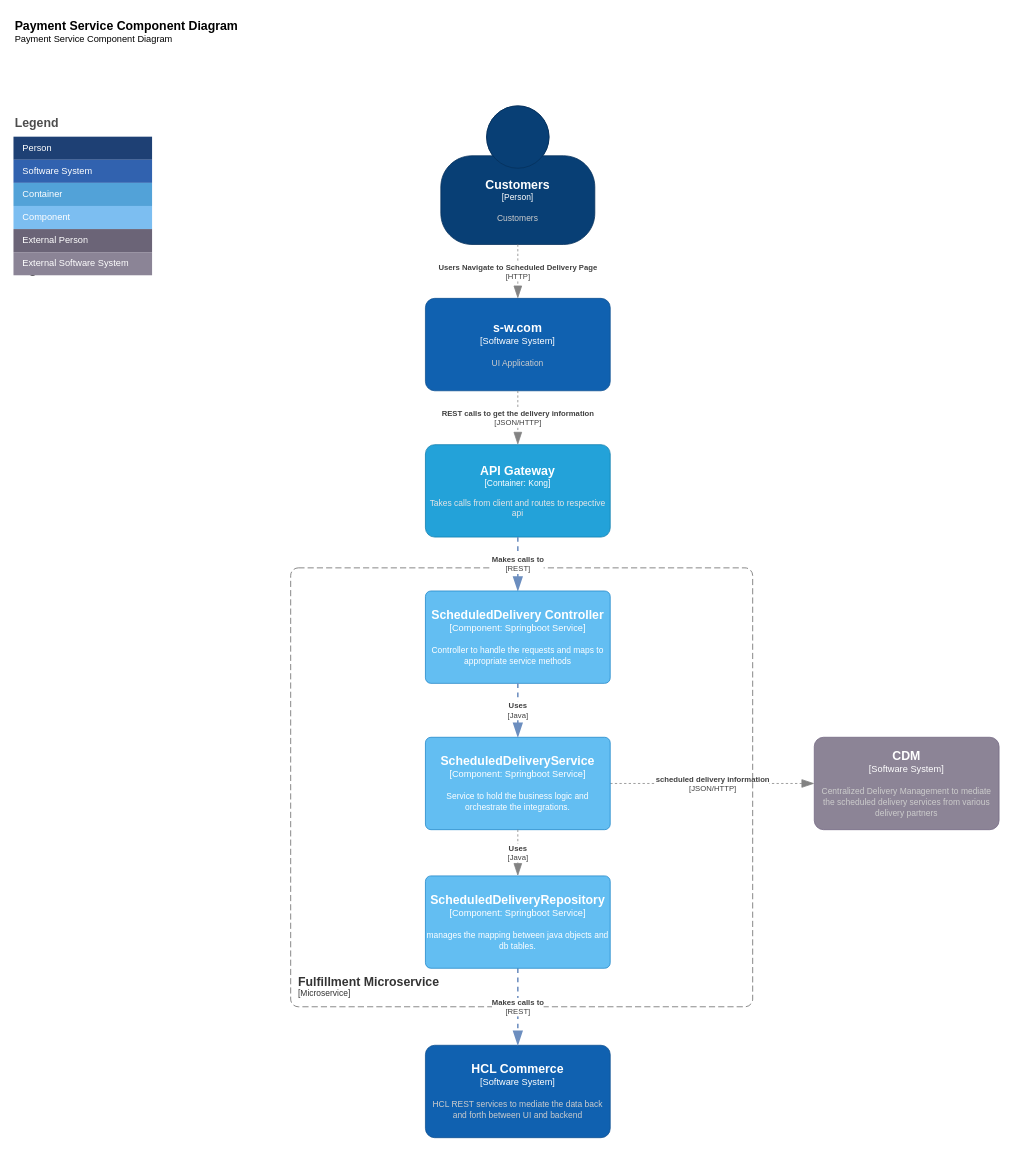
mem848/Draw.IO keeps this draw.io diagram as Payment Microservice Controller.drawio. Above is the earlier version. Source tidied: cells renumbered, new cells numbered last; positions are measured from the earlier drawing's top-left corner, leaving out a move shared by most shapes. Both pictures are drawn from the tidied source at 77%, with x=0, y=0 at pixel (13, 13).
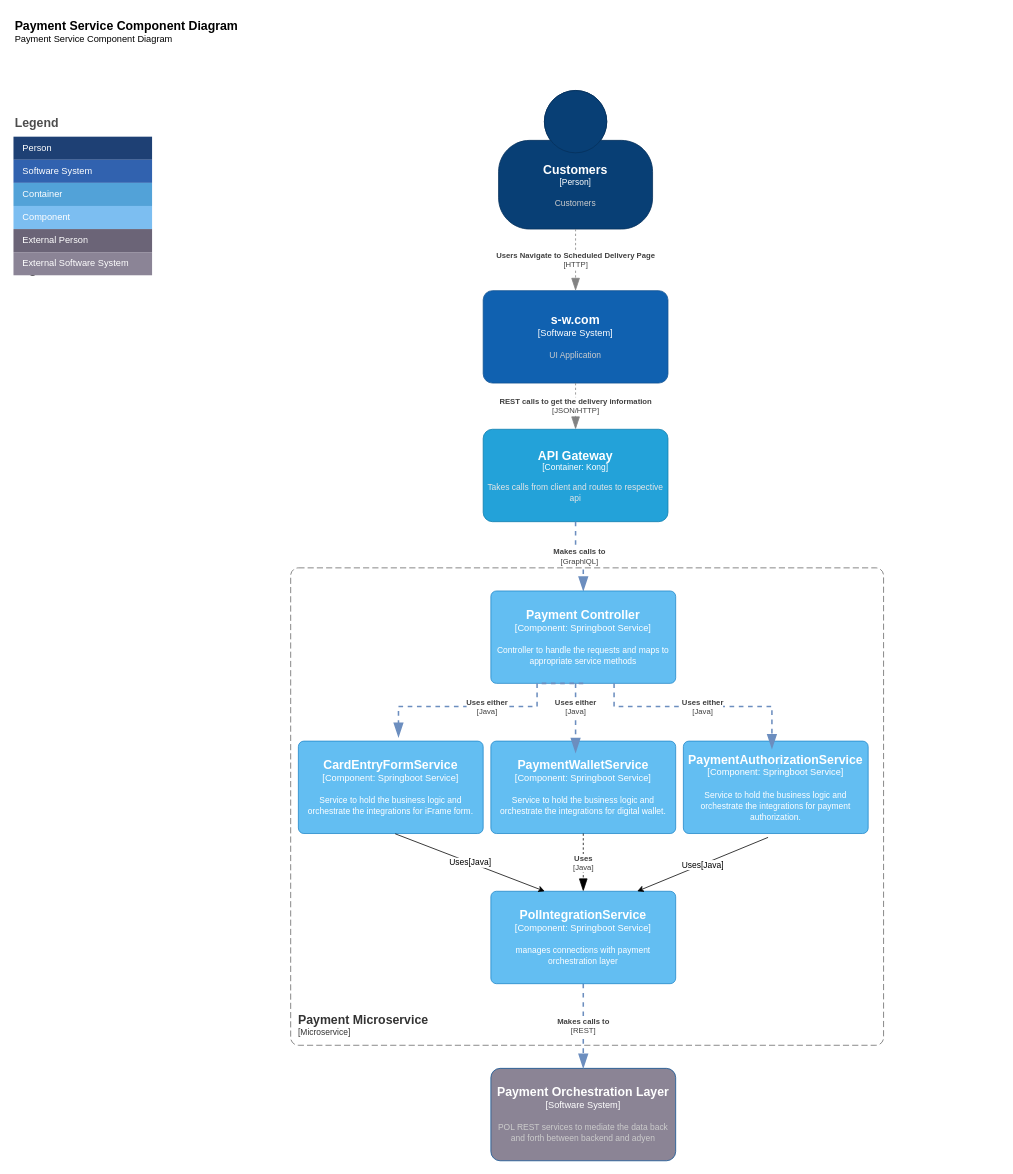
Above is the later version.

Diff of the diagram source:
```diff
@@
     <object id="2" label="&lt;font style=&quot;font-size: 16px&quot;&gt;&lt;b&gt;%c4Name%&lt;/b&gt;&lt;/font&gt;&lt;div&gt;[%c4Type%]&lt;/div&gt;&lt;br&gt;&lt;div&gt;&lt;font style=&quot;font-size: 11px&quot;&gt;&lt;font color=&quot;#cccccc&quot;&gt;%c4Description%&lt;/font&gt;&lt;/div&gt;" c4Description="Customers" c4Name="Customers" c4Type="Person" placeholders="1">
       <mxCell style="html=1;fontSize=11;dashed=0;whiteSpace=wrap;fillColor=#083F75;strokeColor=#06315C;fontColor=#ffffff;shape=mxgraph.c4.person2;align=center;points=[[0.5,0,0],[1,0.5,0],[1,0.75,0],[0.75,1,0],[0.5,1,0],[0.25,1,0],[0,0.75,0],[0,0.5,0]];" parent="1" vertex="1">
-        <mxGeometry x="555" y="120" width="200" height="180" as="geometry" />
+        <mxGeometry x="630" y="100" width="200" height="180" as="geometry" />
       </mxCell>
     </object>
     <object id="3" label="&lt;font style=&quot;font-size: 16px&quot;&gt;&lt;b&gt;%c4Name%&lt;/b&gt;&lt;/font&gt;&lt;div&gt;[%c4Type%]&lt;/div&gt;&lt;br&gt;&lt;div&gt;&lt;font style=&quot;font-size: 11px&quot;&gt;&lt;font color=&quot;#cccccc&quot;&gt;%c4Description%&lt;/font&gt;&lt;/div&gt;" c4Description="UI Application" c4Name="s-w.com" c4Type="Software System" placeholders="1">
       <mxCell style="rounded=1;whiteSpace=wrap;html=1;labelBackgroundColor=none;fillColor=#1061B0;fontColor=#ffffff;align=center;arcSize=10;strokeColor=#0D5091;points=[[0.25,0,0],[0.5,0,0],[0.75,0,0],[1,0.25,0],[1,0.5,0],[1,0.75,0],[0.75,1,0],[0.5,1,0],[0.25,1,0],[0,0.75,0],[0,0.5,0],[0,0.25,0]];" parent="1" vertex="1">
-        <mxGeometry x="535" y="370" width="240" height="120" as="geometry" />
+        <mxGeometry x="610" y="360" width="240" height="120" as="geometry" />
       </mxCell>
     </object>
@@
-    <object id="16" label="&lt;div style=&quot;text-align: left&quot;&gt;&lt;div style=&quot;text-align: center&quot;&gt;&lt;b&gt;%c4Description%&lt;/b&gt;&lt;/div&gt;&lt;div style=&quot;text-align: center&quot;&gt;[%c4Technology%]&lt;/div&gt;&lt;/div&gt;" c4Description="scheduled delivery information" c4Technology="JSON/HTTP" placeholders="1">
-      <mxCell style="endArrow=blockThin;html=1;fontSize=10;fontColor=#404040;strokeWidth=1;endFill=1;strokeColor=#828282;elbow=vertical;endSize=14;startSize=14;jumpStyle=arc;jumpSize=16;rounded=0;edgeStyle=orthogonalEdgeStyle;dashed=1;exitX=1;exitY=0.5;exitDx=0;exitDy=0;exitPerimeter=0;" parent="1" edge="1" source="24" target="17">
-        <mxGeometry relative="1" as="geometry" />
-      </mxCell>
-    </object>
-    <object id="17" label="&lt;font style=&quot;font-size: 16px&quot;&gt;&lt;b&gt;%c4Name%&lt;/b&gt;&lt;/font&gt;&lt;div&gt;[%c4Type%]&lt;/div&gt;&lt;br&gt;&lt;div&gt;&lt;font style=&quot;font-size: 11px&quot;&gt;&lt;font color=&quot;#cccccc&quot;&gt;%c4Description%&lt;/font&gt;&lt;/div&gt;" c4Description="Centralized Delivery Management to mediate the scheduled delivery services from various delivery partners" c4Name="CDM" c4Type="Software System" placeholders="1">
-      <mxCell style="rounded=1;whiteSpace=wrap;html=1;labelBackgroundColor=none;fillColor=#8C8496;fontColor=#ffffff;align=center;arcSize=10;strokeColor=#736782;points=[[0.25,0,0],[0.5,0,0],[0.75,0,0],[1,0.25,0],[1,0.5,0],[1,0.75,0],[0.75,1,0],[0.5,1,0],[0.25,1,0],[0,0.75,0],[0,0.5,0],[0,0.25,0]];" parent="1" vertex="1">
-        <mxGeometry x="1040" y="940" width="240" height="120" as="geometry" />
-      </mxCell>
-    </object>
-    <object id="18" label="&lt;font style=&quot;font-size: 16px&quot;&gt;&lt;b&gt;&lt;div style=&quot;text-align: left&quot;&gt;%c4Name%&lt;/div&gt;&lt;/b&gt;&lt;/font&gt;&lt;div style=&quot;text-align: left&quot;&gt;[%c4Application%]&lt;/div&gt;" c4Application="Microservice" c4Name="Fulfillment Microservice" placeholders="1">
+    <object id="18" label="&lt;font style=&quot;font-size: 16px&quot;&gt;&lt;b&gt;&lt;div style=&quot;text-align: left&quot;&gt;%c4Name%&lt;/div&gt;&lt;/b&gt;&lt;/font&gt;&lt;div style=&quot;text-align: left&quot;&gt;[%c4Application%]&lt;/div&gt;" c4Application="Microservice" c4Name="Payment Microservice" placeholders="1">
       <mxCell style="rounded=1;fontSize=11;whiteSpace=wrap;html=1;dashed=1;arcSize=20;fillColor=none;strokeColor=#666666;fontColor=#333333;labelBackgroundColor=none;align=left;verticalAlign=bottom;labelBorderColor=none;spacingTop=0;spacing=10;dashPattern=8 4;perimeter=rectanglePerimeter;noLabel=0;labelPadding=0;absoluteArcSize=1;" parent="1" vertex="1">
-        <mxGeometry x="360" y="720" width="600" height="570" as="geometry" />
+        <mxGeometry x="360" y="720" width="770" height="620" as="geometry" />
       </mxCell>
     </object>
     <object id="19" label="&lt;font style=&quot;font-size: 16px&quot;&gt;&lt;b&gt;%c4Name%&lt;/b&gt;&lt;/font&gt;&lt;div&gt;[%c4Type%: %c4Technology%]&lt;/div&gt;&lt;br&gt;&lt;div&gt;&lt;font style=&quot;font-size: 11px&quot;&gt;&lt;font color=&quot;#E6E6E6&quot;&gt;%c4Description%&lt;/font&gt;&lt;/div&gt;" c4Description="Takes calls from client and routes to respective api" c4Name="API Gateway" c4Technology="Kong" c4Type="Container" placeholders="1">
       <mxCell style="rounded=1;whiteSpace=wrap;html=1;fontSize=11;labelBackgroundColor=none;fillColor=#23A2D9;fontColor=#ffffff;align=center;arcSize=10;strokeColor=#0E7DAD;points=[[0.25,0,0],[0.5,0,0],[0.75,0,0],[1,0.25,0],[1,0.5,0],[1,0.75,0],[0.75,1,0],[0.5,1,0],[0.25,1,0],[0,0.75,0],[0,0.5,0],[0,0.25,0]];" parent="1" vertex="1">
-        <mxGeometry x="535" y="560" width="240" height="120" as="geometry" />
+        <mxGeometry x="610" y="540" width="240" height="120" as="geometry" />
       </mxCell>
     </object>
-    <object id="20" label="&lt;div style=&quot;text-align: left&quot;&gt;&lt;div style=&quot;text-align: center&quot;&gt;&lt;b&gt;%c4Description%&lt;/b&gt;&lt;/div&gt;&lt;div style=&quot;text-align: center&quot;&gt;[%c4Technology%]&lt;/div&gt;&lt;/div&gt;" c4Description="Makes calls to" c4Technology="REST" placeholders="1">
-      <mxCell style="endArrow=blockThin;html=1;fontSize=10;fontColor=#404040;strokeWidth=2;endFill=1;strokeColor=#6c8ebf;elbow=vertical;endSize=14;startSize=14;jumpStyle=arc;jumpSize=16;rounded=0;edgeStyle=orthogonalEdgeStyle;dashed=1;exitX=0.5;exitY=1;exitDx=0;exitDy=0;exitPerimeter=0;fillColor=#dae8fc;" parent="1" edge="1" source="19">
-        <mxGeometry relative="1" as="geometry">
-          <mxPoint x="655" y="750" as="targetPoint" />
-        </mxGeometry>
+    <object id="20" label="&lt;div style=&quot;text-align: left&quot;&gt;&lt;div style=&quot;text-align: center&quot;&gt;&lt;b&gt;%c4Description%&lt;/b&gt;&lt;/div&gt;&lt;div style=&quot;text-align: center&quot;&gt;[%c4Technology%]&lt;/div&gt;&lt;/div&gt;" c4Description="Makes calls to" c4Technology="GraphlQL" placeholders="1">
+      <mxCell style="endArrow=blockThin;html=1;fontSize=10;fontColor=#404040;strokeWidth=2;endFill=1;strokeColor=#6c8ebf;elbow=vertical;endSize=14;startSize=14;jumpStyle=arc;jumpSize=16;rounded=0;edgeStyle=orthogonalEdgeStyle;dashed=1;exitX=0.5;exitY=1;exitDx=0;exitDy=0;exitPerimeter=0;fillColor=#dae8fc;entryX=0.5;entryY=0;entryDx=0;entryDy=0;entryPerimeter=0;" parent="1" edge="1" source="19" target="23">
+        <mxGeometry relative="1" as="geometry" />
       </mxCell>
     </object>
-    <object id="21" label="&lt;font style=&quot;font-size: 16px&quot;&gt;&lt;b&gt;%c4Name%&lt;/b&gt;&lt;/font&gt;&lt;div&gt;[%c4Type%]&lt;/div&gt;&lt;br&gt;&lt;div&gt;&lt;font style=&quot;font-size: 11px&quot;&gt;&lt;font color=&quot;#cccccc&quot;&gt;%c4Description%&lt;/font&gt;&lt;/div&gt;" c4Description="HCL REST services to mediate the data back and forth between UI and backend " c4Name="HCL Commerce" c4Type="Software System" placeholders="1">
-      <mxCell style="rounded=1;whiteSpace=wrap;html=1;labelBackgroundColor=none;fillColor=#1061B0;fontColor=#ffffff;align=center;arcSize=10;strokeColor=#0D5091;points=[[0.25,0,0],[0.5,0,0],[0.75,0,0],[1,0.25,0],[1,0.5,0],[1,0.75,0],[0.75,1,0],[0.5,1,0],[0.25,1,0],[0,0.75,0],[0,0.5,0],[0,0.25,0]];" parent="1" vertex="1">
-        <mxGeometry x="535" y="1340" width="240" height="120" as="geometry" />
+    <object id="21" label="&lt;font style=&quot;font-size: 16px&quot;&gt;&lt;b&gt;%c4Name%&lt;/b&gt;&lt;/font&gt;&lt;div&gt;[%c4Type%]&lt;/div&gt;&lt;br&gt;&lt;div&gt;&lt;font style=&quot;font-size: 11px&quot;&gt;&lt;font color=&quot;#cccccc&quot;&gt;%c4Description%&lt;/font&gt;&lt;/div&gt;" c4Description="POL REST services to mediate the data back and forth between backend and adyen" c4Name="Payment Orchestration Layer" c4Type="Software System" placeholders="1">
+      <mxCell style="rounded=1;whiteSpace=wrap;html=1;labelBackgroundColor=none;fillColor=light-dark(#8b8495, #7e7787);fontColor=#ffffff;align=center;arcSize=10;strokeColor=#0D5091;points=[[0.25,0,0],[0.5,0,0],[0.75,0,0],[1,0.25,0],[1,0.5,0],[1,0.75,0],[0.75,1,0],[0.5,1,0],[0.25,1,0],[0,0.75,0],[0,0.5,0],[0,0.25,0]];" parent="1" vertex="1">
+        <mxGeometry x="620" y="1370" width="240" height="120" as="geometry" />
       </mxCell>
     </object>
@@
-    <object id="23" label="&lt;font style=&quot;font-size: 16px&quot;&gt;&lt;b&gt;%c4Name%&lt;/b&gt;&lt;/font&gt;&lt;div&gt;[%c4Type%: %c4Technology%]&lt;/div&gt;&lt;br&gt;&lt;div&gt;&lt;font style=&quot;font-size: 11px&quot;&gt;%c4Description%&lt;/font&gt;&lt;/div&gt;" c4Description="Controller to handle the requests and maps to appropriate service methods" c4Name="ScheduledDelivery Controller" c4Technology="Springboot Service" c4Type="Component" placeholders="1">
+    <object id="23" label="&lt;font style=&quot;font-size: 16px&quot;&gt;&lt;b&gt;%c4Name%&lt;/b&gt;&lt;/font&gt;&lt;div&gt;[%c4Type%: %c4Technology%]&lt;/div&gt;&lt;br&gt;&lt;div&gt;&lt;font style=&quot;font-size: 11px&quot;&gt;%c4Description%&lt;/font&gt;&lt;/div&gt;" c4Description="Controller to handle the requests and maps to appropriate service methods" c4Name="Payment Controller" c4Technology="Springboot Service" c4Type="Component" placeholders="1">
       <mxCell style="rounded=1;whiteSpace=wrap;html=1;labelBackgroundColor=none;fillColor=#63BEF2;fontColor=#ffffff;align=center;arcSize=6;strokeColor=#2086C9;points=[[0.25,0,0],[0.5,0,0],[0.75,0,0],[1,0.25,0],[1,0.5,0],[1,0.75,0],[0.75,1,0],[0.5,1,0],[0.25,1,0],[0,0.75,0],[0,0.5,0],[0,0.25,0]];" parent="1" vertex="1">
-        <mxGeometry x="535" y="750" width="240" height="120" as="geometry" />
+        <mxGeometry x="620" y="750" width="240" height="120" as="geometry" />
       </mxCell>
     </object>
-    <object id="24" label="&lt;font style=&quot;font-size: 16px&quot;&gt;&lt;b&gt;%c4Name%&lt;/b&gt;&lt;/font&gt;&lt;div&gt;[%c4Type%: %c4Technology%]&lt;/div&gt;&lt;br&gt;&lt;div&gt;&lt;font style=&quot;font-size: 11px&quot;&gt;%c4Description%&lt;/font&gt;&lt;/div&gt;" c4Description="Service to hold the business logic and orchestrate the integrations." c4Name="ScheduledDeliveryService" c4Technology="Springboot Service" c4Type="Component" placeholders="1">
+    <object id="24" label="&lt;font style=&quot;font-size: 16px&quot;&gt;&lt;b&gt;%c4Name%&lt;/b&gt;&lt;/font&gt;&lt;div&gt;[%c4Type%: %c4Technology%]&lt;/div&gt;&lt;br&gt;&lt;div&gt;&lt;font style=&quot;font-size: 11px&quot;&gt;%c4Description%&lt;/font&gt;&lt;/div&gt;" c4Description="Service to hold the business logic and orchestrate the integrations for digital wallet.&#10;" c4Name="PaymentWalletService" c4Technology="Springboot Service" c4Type="Component" placeholders="1">
       <mxCell style="rounded=1;whiteSpace=wrap;html=1;labelBackgroundColor=none;fillColor=#63BEF2;fontColor=#ffffff;align=center;arcSize=6;strokeColor=#2086C9;points=[[0.25,0,0],[0.5,0,0],[0.75,0,0],[1,0.25,0],[1,0.5,0],[1,0.75,0],[0.75,1,0],[0.5,1,0],[0.25,1,0],[0,0.75,0],[0,0.5,0],[0,0.25,0]];" parent="1" vertex="1">
-        <mxGeometry x="535" y="940" width="240" height="120" as="geometry" />
+        <mxGeometry x="620" y="945" width="240" height="120" as="geometry" />
       </mxCell>
     </object>
-    <object id="25" label="&lt;font style=&quot;font-size: 16px&quot;&gt;&lt;b&gt;%c4Name%&lt;/b&gt;&lt;/font&gt;&lt;div&gt;[%c4Type%: %c4Technology%]&lt;/div&gt;&lt;br&gt;&lt;div&gt;&lt;font style=&quot;font-size: 11px&quot;&gt;%c4Description%&lt;/font&gt;&lt;/div&gt;" c4Description="manages the mapping between java objects and db tables." c4Name="ScheduledDeliveryRepository" c4Technology="Springboot Service" c4Type="Component" placeholders="1">
+    <object id="25" label="&lt;font style=&quot;font-size: 16px&quot;&gt;&lt;b&gt;%c4Name%&lt;/b&gt;&lt;/font&gt;&lt;div&gt;[%c4Type%: %c4Technology%]&lt;/div&gt;&lt;br&gt;&lt;div&gt;&lt;font style=&quot;font-size: 11px&quot;&gt;%c4Description%&lt;/font&gt;&lt;/div&gt;" c4Description="manages connections with payment orchestration layer" c4Name="PolIntegrationService" c4Technology="Springboot Service" c4Type="Component" placeholders="1">
       <mxCell style="rounded=1;whiteSpace=wrap;html=1;labelBackgroundColor=none;fillColor=#63BEF2;fontColor=#ffffff;align=center;arcSize=6;strokeColor=#2086C9;points=[[0.25,0,0],[0.5,0,0],[0.75,0,0],[1,0.25,0],[1,0.5,0],[1,0.75,0],[0.75,1,0],[0.5,1,0],[0.25,1,0],[0,0.75,0],[0,0.5,0],[0,0.25,0]];" parent="1" vertex="1">
-        <mxGeometry x="535" y="1120" width="240" height="120" as="geometry" />
+        <mxGeometry x="620" y="1140" width="240" height="120" as="geometry" />
       </mxCell>
     </object>
-    <object id="26" label="&lt;div style=&quot;text-align: left&quot;&gt;&lt;div style=&quot;text-align: center&quot;&gt;&lt;b&gt;%c4Description%&lt;/b&gt;&lt;/div&gt;&lt;div style=&quot;text-align: center&quot;&gt;[%c4Technology%]&lt;/div&gt;&lt;/div&gt;" c4Description="Uses" c4Technology="Java" placeholders="1">
-      <mxCell style="endArrow=blockThin;html=1;fontSize=10;fontColor=#404040;strokeWidth=2;endFill=1;strokeColor=#6c8ebf;elbow=vertical;endSize=14;startSize=14;jumpStyle=arc;jumpSize=16;rounded=0;edgeStyle=orthogonalEdgeStyle;dashed=1;exitX=0.5;exitY=1;exitDx=0;exitDy=0;exitPerimeter=0;fillColor=#dae8fc;entryX=0.5;entryY=0;entryDx=0;entryDy=0;entryPerimeter=0;" parent="1" edge="1" source="23" target="24">
+    <object id="26" label="&lt;div style=&quot;text-align: left&quot;&gt;&lt;div style=&quot;text-align: center&quot;&gt;&lt;b&gt;%c4Description%&lt;/b&gt;&lt;/div&gt;&lt;div style=&quot;text-align: center&quot;&gt;[%c4Technology%]&lt;/div&gt;&lt;/div&gt;" c4Description="Uses either" c4Technology="Java" placeholders="1">
+      <mxCell style="endArrow=blockThin;html=1;fontSize=10;fontColor=#404040;strokeWidth=2;endFill=1;strokeColor=#6c8ebf;elbow=vertical;endSize=14;startSize=14;jumpStyle=arc;jumpSize=16;rounded=0;edgeStyle=orthogonalEdgeStyle;dashed=1;exitX=0.5;exitY=1;exitDx=0;exitDy=0;exitPerimeter=0;fillColor=#dae8fc;" parent="1" edge="1" source="23">
         <mxGeometry relative="1" as="geometry">
+          <mxPoint x="500" y="940" as="targetPoint" />
           <Array as="points">
-            <mxPoint x="655" y="875" />
-            <mxPoint x="655" y="875" />
+            <mxPoint x="680" y="870" />
+            <mxPoint x="680" y="900" />
+            <mxPoint x="500" y="900" />
           </Array>
         </mxGeometry>
       </mxCell>
     </object>
     <object id="27" label="&lt;div style=&quot;text-align: left&quot;&gt;&lt;div style=&quot;text-align: center&quot;&gt;&lt;b&gt;%c4Description%&lt;/b&gt;&lt;/div&gt;&lt;div style=&quot;text-align: center&quot;&gt;[%c4Technology%]&lt;/div&gt;&lt;/div&gt;" c4Description="Uses" c4Technology="Java" placeholders="1">
-      <mxCell style="endArrow=blockThin;html=1;fontSize=10;fontColor=#404040;strokeWidth=1;endFill=1;strokeColor=#828282;elbow=vertical;endSize=14;startSize=14;jumpStyle=arc;jumpSize=16;rounded=0;edgeStyle=orthogonalEdgeStyle;dashed=1;exitX=0.5;exitY=1;exitDx=0;exitDy=0;exitPerimeter=0;entryX=0.5;entryY=0;entryDx=0;entryDy=0;entryPerimeter=0;" parent="1" edge="1" source="24" target="25">
+      <mxCell style="endArrow=blockThin;html=1;fontSize=10;fontColor=#404040;strokeWidth=1;endFill=1;strokeColor=light-dark(#000000, #ededed);elbow=vertical;endSize=14;startSize=14;jumpStyle=arc;jumpSize=16;rounded=0;edgeStyle=orthogonalEdgeStyle;dashed=1;exitX=0.5;exitY=1;exitDx=0;exitDy=0;exitPerimeter=0;entryX=0.5;entryY=0;entryDx=0;entryDy=0;entryPerimeter=0;" parent="1" edge="1" source="24" target="25">
         <mxGeometry relative="1" as="geometry" />
       </mxCell>
     </object>
+    <object id="28" label="&lt;font style=&quot;font-size: 16px&quot;&gt;&lt;b&gt;%c4Name%&lt;/b&gt;&lt;/font&gt;&lt;div&gt;[%c4Type%: %c4Technology%]&lt;/div&gt;&lt;br&gt;&lt;div&gt;&lt;font style=&quot;font-size: 11px&quot;&gt;%c4Description%&lt;/font&gt;&lt;/div&gt;" c4Description="Service to hold the business logic and orchestrate the integrations for iFrame form." c4Name="CardEntryFormService" c4Technology="Springboot Service" c4Type="Component" placeholders="1">
+      <mxCell style="rounded=1;whiteSpace=wrap;html=1;labelBackgroundColor=none;fillColor=#63BEF2;fontColor=#ffffff;align=center;arcSize=6;strokeColor=#2086C9;points=[[0.25,0,0],[0.5,0,0],[0.75,0,0],[1,0.25,0],[1,0.5,0],[1,0.75,0],[0.75,1,0],[0.5,1,0],[0.25,1,0],[0,0.75,0],[0,0.5,0],[0,0.25,0]];" parent="1" vertex="1">
+        <mxGeometry x="370" y="945" width="240" height="120" as="geometry" />
+      </mxCell>
+    </object>
+    <object id="29" label="&lt;font style=&quot;font-size: 16px&quot;&gt;&lt;b&gt;%c4Name%&lt;/b&gt;&lt;/font&gt;&lt;div&gt;[%c4Type%: %c4Technology%]&lt;/div&gt;&lt;br&gt;&lt;div&gt;&lt;font style=&quot;font-size: 11px&quot;&gt;%c4Description%&lt;/font&gt;&lt;/div&gt;" c4Description="Service to hold the business logic and orchestrate the integrations for payment authorization." c4Name="PaymentAuthorizationService" c4Technology="Springboot Service" c4Type="Component" placeholders="1">
+      <mxCell style="rounded=1;whiteSpace=wrap;html=1;labelBackgroundColor=none;fillColor=#63BEF2;fontColor=#ffffff;align=center;arcSize=6;strokeColor=#2086C9;" parent="1" vertex="1">
+        <mxGeometry x="870" y="945" width="240" height="120" as="geometry" />
+      </mxCell>
+    </object>
+    <object id="30" label="&lt;div style=&quot;text-align: left&quot;&gt;&lt;div style=&quot;text-align: center&quot;&gt;&lt;b&gt;%c4Description%&lt;/b&gt;&lt;/div&gt;&lt;div style=&quot;text-align: center&quot;&gt;[%c4Technology%]&lt;/div&gt;&lt;/div&gt;" c4Description="Uses either" c4Technology="Java" placeholders="1">
+      <mxCell style="endArrow=blockThin;html=1;fontSize=10;fontColor=#404040;strokeWidth=2;endFill=1;strokeColor=#6c8ebf;elbow=vertical;endSize=14;startSize=14;jumpStyle=arc;jumpSize=16;rounded=0;edgeStyle=orthogonalEdgeStyle;dashed=1;fillColor=#dae8fc;entryX=0.5;entryY=0;entryDx=0;entryDy=0;entryPerimeter=0;" parent="1" edge="1">
+        <mxGeometry relative="1" as="geometry">
+          <mxPoint x="780" y="870" as="sourcePoint" />
+          <mxPoint x="985" y="955" as="targetPoint" />
+          <Array as="points">
+            <mxPoint x="780" y="900" />
+            <mxPoint x="985" y="900" />
+          </Array>
+        </mxGeometry>
+      </mxCell>
+    </object>
+    <object id="31" label="&lt;div style=&quot;text-align: left&quot;&gt;&lt;div style=&quot;text-align: center&quot;&gt;&lt;b&gt;%c4Description%&lt;/b&gt;&lt;/div&gt;&lt;div style=&quot;text-align: center&quot;&gt;[%c4Technology%]&lt;/div&gt;&lt;/div&gt;" c4Description="Uses either" c4Technology="Java" placeholders="1">
+      <mxCell style="endArrow=blockThin;html=1;fontSize=10;fontColor=#404040;strokeWidth=2;endFill=1;strokeColor=#6c8ebf;elbow=vertical;endSize=14;startSize=14;jumpStyle=arc;jumpSize=16;rounded=0;edgeStyle=orthogonalEdgeStyle;dashed=1;fillColor=#dae8fc;" parent="1" edge="1">
+        <mxGeometry x="-0.33" relative="1" as="geometry">
+          <mxPoint x="730" y="870" as="sourcePoint" />
+          <mxPoint x="730" y="960" as="targetPoint" />
+          <Array as="points">
+            <mxPoint x="730" y="920" />
+            <mxPoint x="730" y="920" />
+          </Array>
+        </mxGeometry>
+      </mxCell>
+    </object>
+    <mxCell id="32" style="endArrow=classic;html=1;rounded=0;strokeColor=light-dark(#000000, #ededed);" parent="1" edge="1">
+      <mxGeometry relative="1" as="geometry">
+        <mxPoint x="980" y="1070" as="sourcePoint" />
+        <mxPoint x="810" y="1140" as="targetPoint" />
+      </mxGeometry>
+    </mxCell>
+    <mxCell id="33" value="Uses[Java]" style="edgeLabel;html=1;align=center;verticalAlign=middle;" parent="32" vertex="1">
+      <mxGeometry relative="1" as="geometry" />
+    </mxCell>
+    <mxCell id="34" style="endArrow=classic;html=1;rounded=0;exitX=0.524;exitY=1.003;exitDx=0;exitDy=0;exitPerimeter=0;" parent="1" edge="1" source="28">
+      <mxGeometry relative="1" as="geometry">
+        <mxPoint x="690" y="1140" as="targetPoint" />
+      </mxGeometry>
+    </mxCell>
+    <mxCell id="35" value="Uses[Java]" style="edgeLabel;html=1;align=center;verticalAlign=middle;" parent="34" vertex="1">
+      <mxGeometry relative="1" as="geometry" />
+    </mxCell>
```
